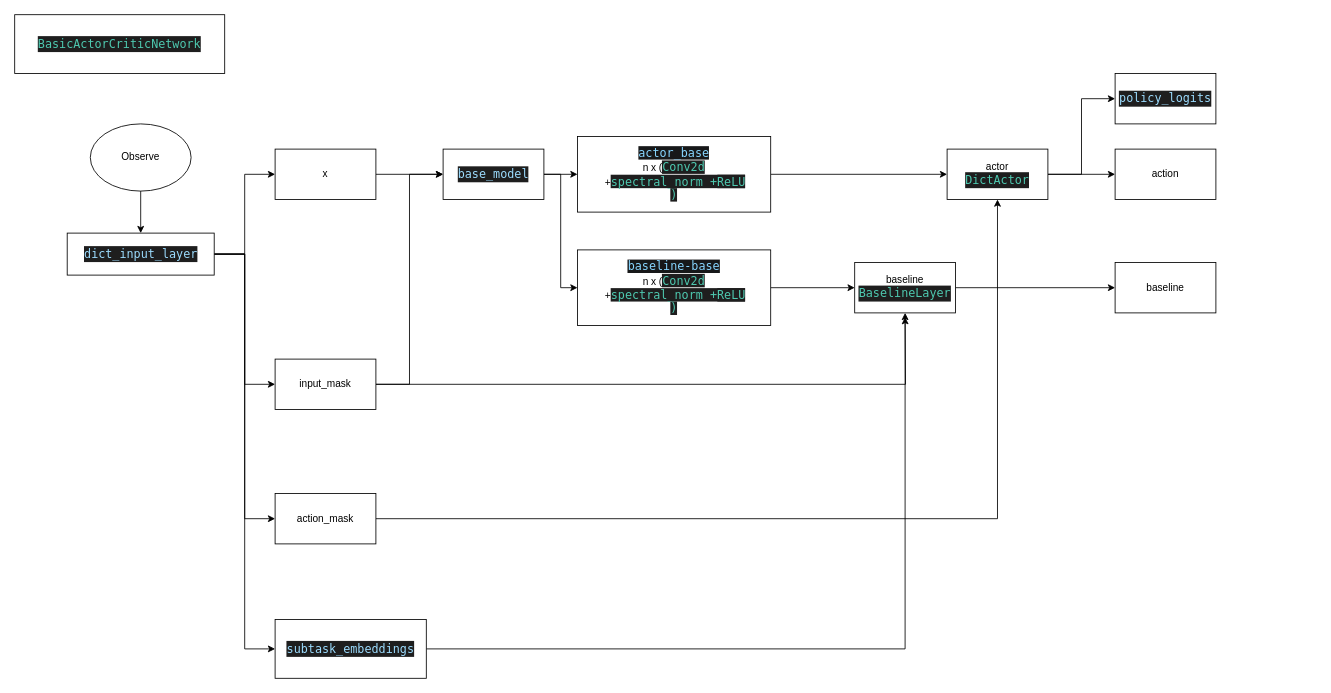
This is model.drawio from mrzhuzhe/lust, a draw.io file, before an edit. Source tidied: cells renumbered, new cells numbered last; positions are measured from the earlier drawing's top-left corner, leaving out a move shared by most shapes. Both pictures are drawn from the tidied source at 84%, with x=0, y=0 at pixel (14, 14).
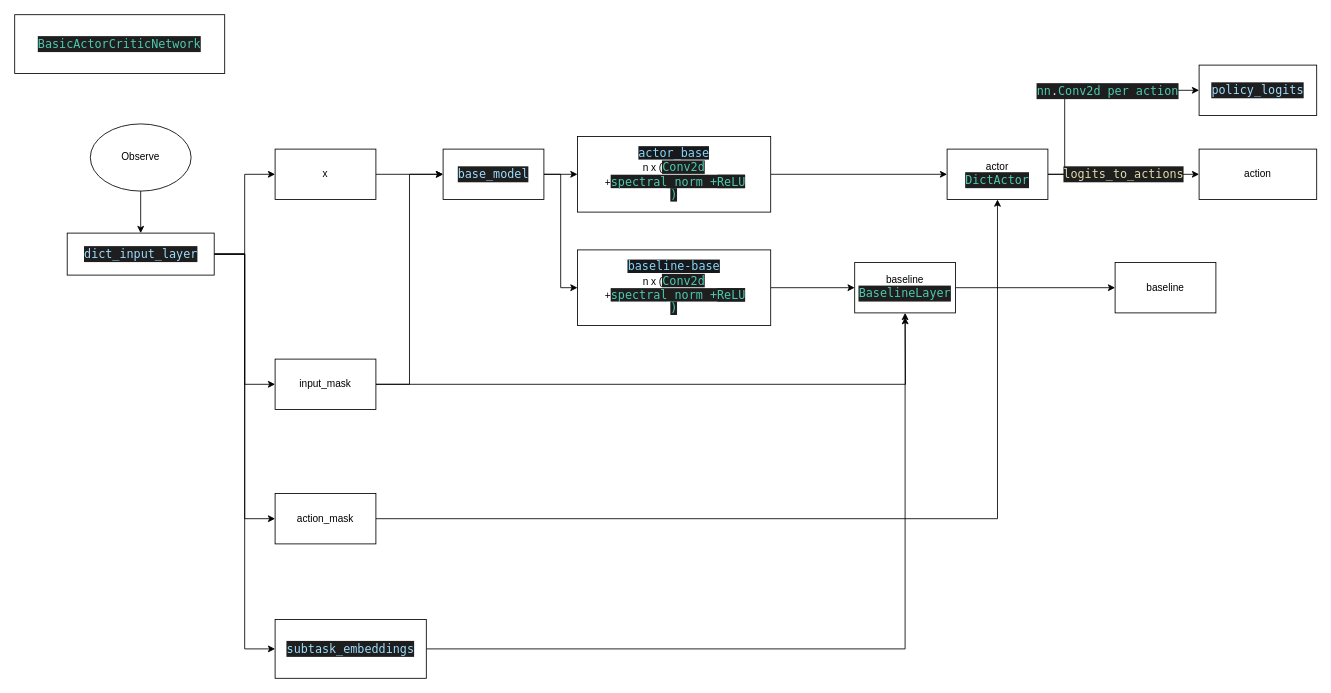
The same diagram, later.

The change refers to these unchanged cells:
```xml
<mxCell id="26" value="actor&lt;br&gt;&lt;div style=&quot;color: rgb(212 , 212 , 212) ; background-color: rgb(30 , 30 , 30) ; font-family: &amp;#34;droid sans mono&amp;#34; , &amp;#34;monospace&amp;#34; , monospace ; font-size: 14px ; line-height: 19px&quot;&gt;&lt;span style=&quot;color: rgb(78 , 201 , 176)&quot;&gt;DictActor&lt;/span&gt;&lt;/div&gt;" style="rounded=0;whiteSpace=wrap;html=1;" parent="1" vertex="1">
  <mxGeometry x="1110" y="160" width="120" height="60" as="geometry" />
</mxCell>
```

Change to the diagram source:
```diff
@@
     <mxCell id="24" style="edgeStyle=orthogonalEdgeStyle;rounded=0;jettySize=auto;html=1;entryX=0;entryY=0.5;entryDx=0;entryDy=0;" parent="1" edge="1" source="26" target="31">
-      <mxGeometry relative="1" as="geometry" />
+      <mxGeometry relative="1" as="geometry">
+        <Array as="points">
+          <mxPoint x="1250" y="190" />
+          <mxPoint x="1250" y="90" />
+        </Array>
+      </mxGeometry>
     </mxCell>
+    <mxCell id="34" value="&lt;div style=&quot;color: rgb(212 , 212 , 212) ; background-color: rgb(30 , 30 , 30) ; font-family: &amp;#34;droid sans mono&amp;#34; , &amp;#34;monospace&amp;#34; , monospace ; font-size: 14px ; line-height: 19px&quot;&gt;&lt;span style=&quot;color: rgb(78 , 201 , 176)&quot;&gt;nn&lt;/span&gt;.&lt;span style=&quot;color: rgb(78 , 201 , 176)&quot;&gt;Conv2d per action&lt;/span&gt;&lt;/div&gt;" style="edgeLabel;html=1;align=center;verticalAlign=middle;" parent="24" vertex="1">
+      <mxGeometry x="0.6" y="-2" relative="1" as="geometry">
+        <mxPoint x="-54" y="-2" as="offset" />
+      </mxGeometry>
+    </mxCell>
-    <mxCell id="25" style="edgeStyle=orthogonalEdgeStyle;rounded=0;jettySize=auto;html=1;entryX=0;entryY=0.5;entryDx=0;entryDy=0;" parent="1" edge="1" source="26" target="32">
+    <mxCell id="25" value="&lt;div style=&quot;color: rgb(212, 212, 212); background-color: rgb(30, 30, 30); font-family: &amp;quot;droid sans mono&amp;quot;, &amp;quot;monospace&amp;quot;, monospace; font-weight: normal; font-size: 14px; line-height: 19px;&quot;&gt;&lt;div&gt;&lt;span style=&quot;color: #dcdcaa&quot;&gt;logits_to_actions&lt;/span&gt;&lt;/div&gt;&lt;/div&gt;" style="edgeStyle=orthogonalEdgeStyle;rounded=0;jettySize=auto;html=1;entryX=0;entryY=0.5;entryDx=0;entryDy=0;" parent="1" edge="1" source="26" target="32">
       <mxGeometry relative="1" as="geometry" />
     </mxCell>
@@
     <mxCell id="31" value="&lt;div style=&quot;color: rgb(212 , 212 , 212) ; background-color: rgb(30 , 30 , 30) ; font-family: &amp;#34;droid sans mono&amp;#34; , &amp;#34;monospace&amp;#34; , monospace ; font-size: 14px ; line-height: 19px&quot;&gt;&lt;span style=&quot;color: rgb(156 , 220 , 254)&quot;&gt;policy_logits&lt;/span&gt;&lt;/div&gt;" style="rounded=0;whiteSpace=wrap;html=1;" parent="1" vertex="1">
-      <mxGeometry x="1310" y="70" width="120" height="60" as="geometry" />
+      <mxGeometry x="1410" y="60" width="140" height="60" as="geometry" />
     </mxCell>
     <mxCell id="32" value="action" style="rounded=0;whiteSpace=wrap;html=1;" parent="1" vertex="1">
-      <mxGeometry x="1310" y="160" width="120" height="60" as="geometry" />
+      <mxGeometry x="1410" y="160" width="140" height="60" as="geometry" />
     </mxCell>
```
